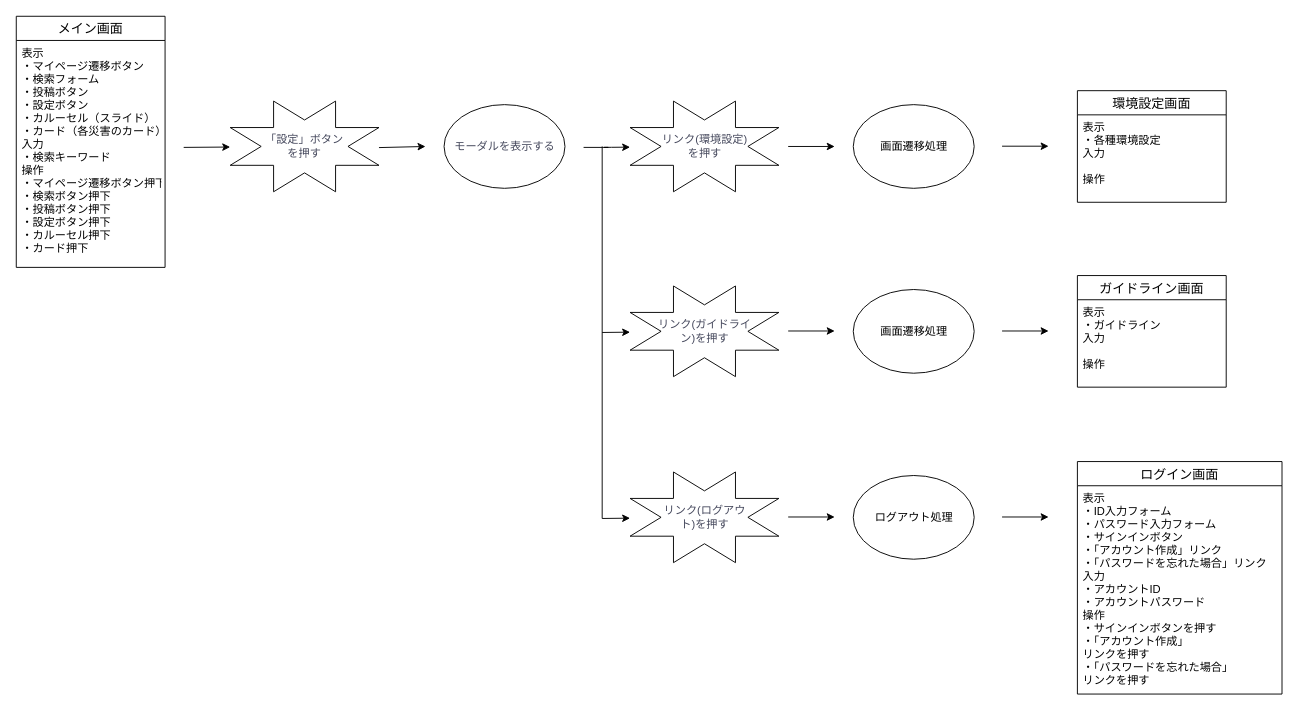
Above: 画面遷移図/メイン画面(設定ボタン).drawio in Ryusei44237/sotuken (draw.io), before the change. Source tidied: cells renumbered, new cells numbered last; positions are measured from the earlier drawing's top-left corner, leaving out a move shared by most shapes. Both pictures are drawn from the tidied source at 93%, with x=0, y=0 at pixel (16, 16).
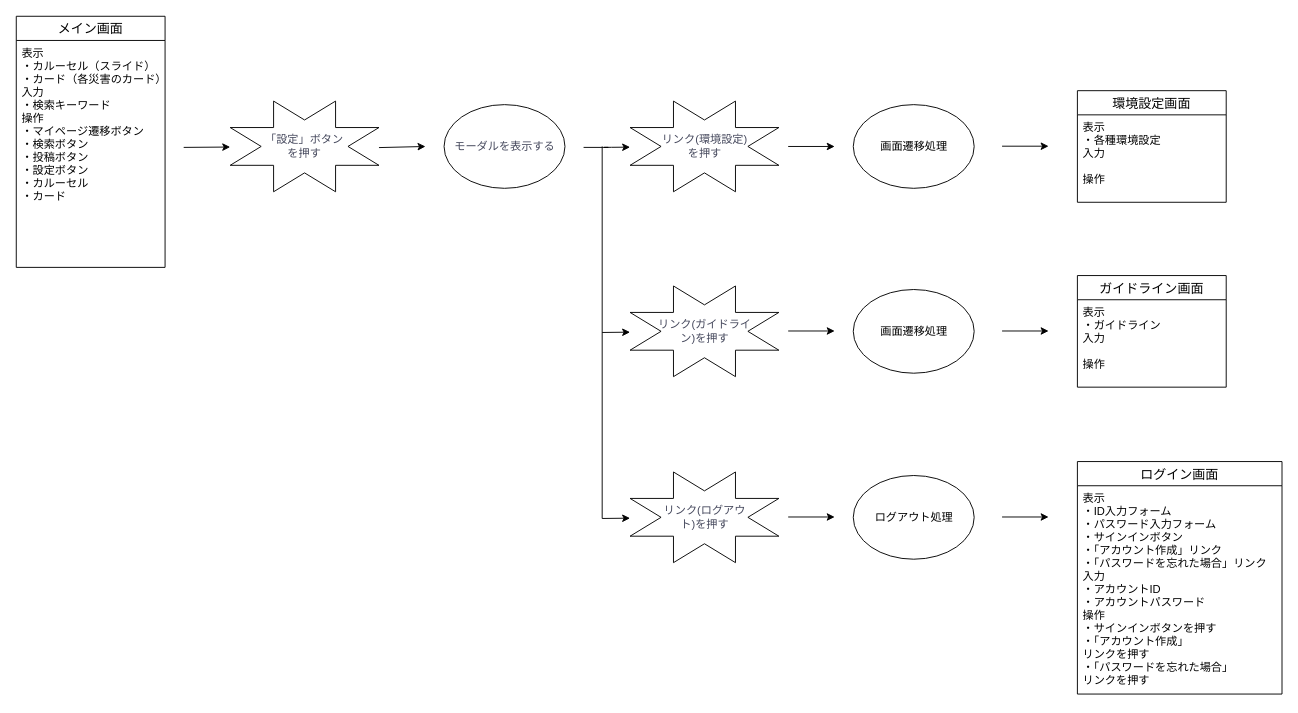
The same diagram, later.

Unchanged cells that the change refers to:
```xml
<mxCell id="3" value="メイン画面" style="swimlane;fontStyle=0;horizontal=1;startSize=26;align=center;fontSize=14;" parent="1" vertex="1">
  <mxGeometry width="160" height="270" as="geometry" />
</mxCell>
```

Change to the diagram source:
```diff
@@
-    <mxCell id="4" value="表示&#10;・マイページ遷移ボタン&#10;・検索フォーム&#10;・投稿ボタン&#10;・設定ボタン&#10;・カルーセル（スライド）&#10;・カード（各災害のカード）&#10;入力&#10;・検索キーワード&#10;操作&#10;・マイページ遷移ボタン押下&#10;・検索ボタン押下&#10;・投稿ボタン押下&#10;・設定ボタン押下&#10;・カルーセル押下&#10;・カード押下" style="text;strokeColor=none;fillColor=none;spacingLeft=4;spacingRight=4;overflow=hidden;fontSize=12;" parent="3" vertex="1">
+    <mxCell id="4" value="表示&#10;・カルーセル（スライド）&#10;・カード（各災害のカード）&#10;入力&#10;・検索キーワード&#10;操作&#10;・マイページ遷移ボタン&#10;・検索ボタン&#10;・投稿ボタン&#10;・設定ボタン&#10;・カルーセル&#10;・カード" style="text;strokeColor=none;fillColor=none;spacingLeft=4;spacingRight=4;overflow=hidden;fontSize=12;" parent="3" vertex="1">
       <mxGeometry y="26" width="160" height="244" as="geometry" />
     </mxCell>
```
